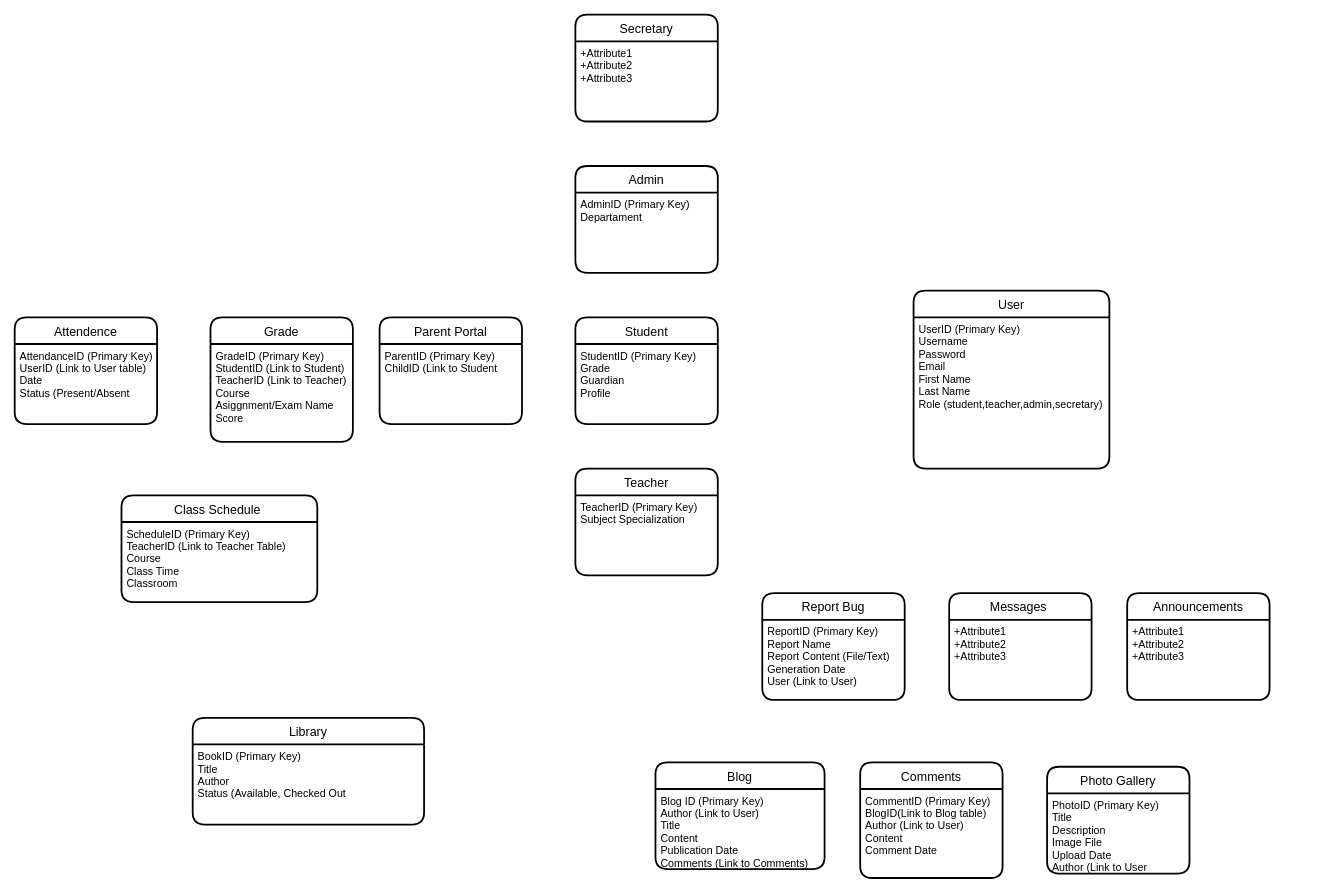
Earlier version of the draw.io diagram diagrams/SQL-database-diagram-UML.drawio (jimmyyo911/Liceul-Tehnolgoic-Electromures2). Source tidied: cells renumbered, new cells numbered last; positions are measured from the earlier drawing's top-left corner, leaving out a move shared by most shapes. Both pictures are drawn from the tidied source at 89%, with x=0, y=0 at pixel (14, 14).
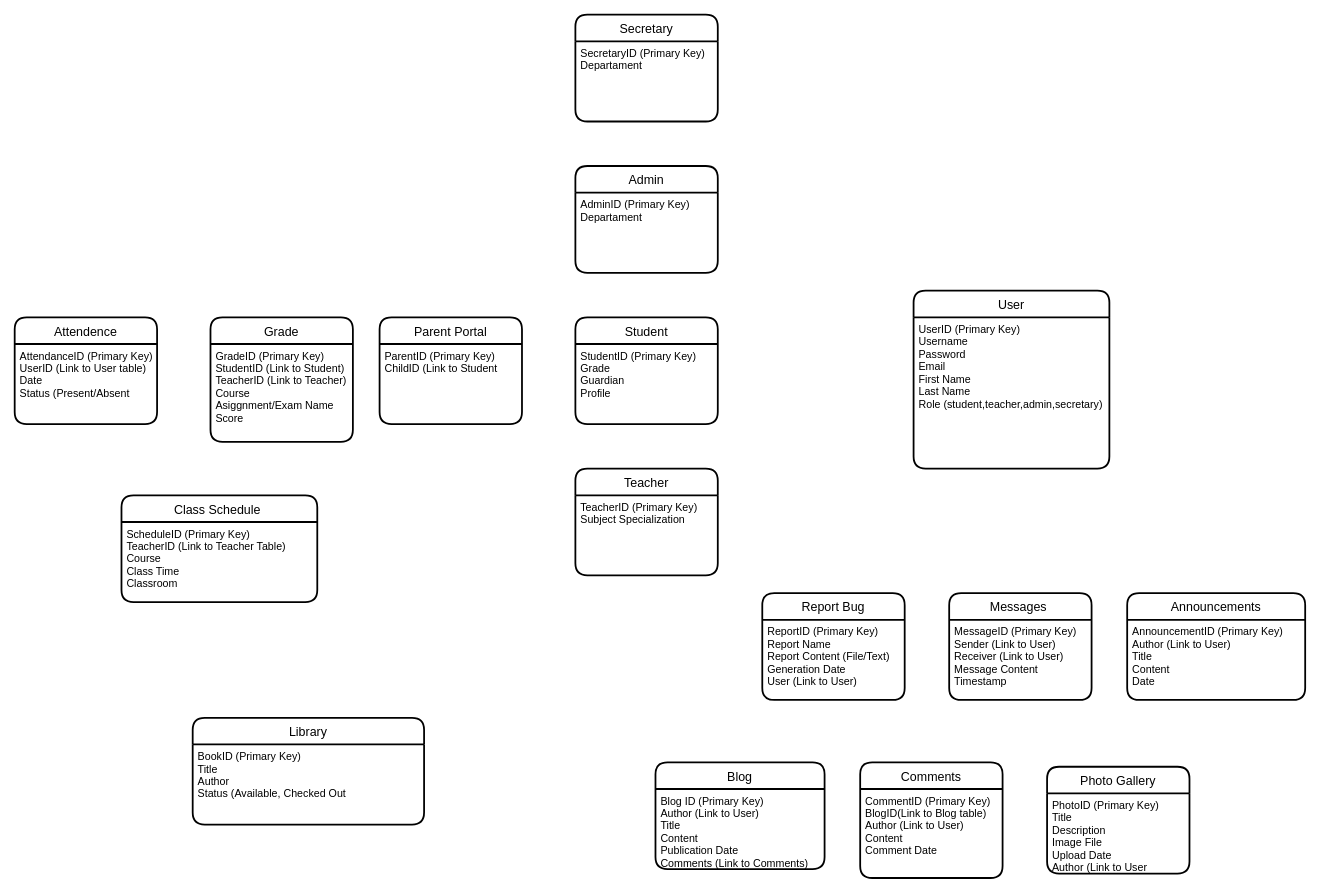
After the change.

Unchanged cells that the change refers to:
```xml
<mxCell id="10" value="Secretary" style="swimlane;horizontal=1;startSize=30;rounded=1;fontSize=14;fontStyle=0;strokeWidth=2;shadow=0;dashed=0;align=center;" parent="1" vertex="1">
  <mxGeometry x="630" width="160" height="120" as="geometry" />
</mxCell>
<mxCell id="18" value="Messages " style="swimlane;horizontal=1;startSize=30;rounded=1;fontSize=14;fontStyle=0;strokeWidth=2;shadow=0;dashed=0;align=center;" parent="1" vertex="1">
  <mxGeometry x="1050" y="650" width="160" height="120" as="geometry" />
</mxCell>
```

Change to the diagram source:
```diff
@@
-    <mxCell id="11" value="+Attribute1&#10;+Attribute2&#10;+Attribute3" style="align=left;strokeColor=none;fillColor=none;spacingLeft=4;fontSize=12;verticalAlign=top;" parent="10" vertex="1">
+    <mxCell id="11" value="SecretaryID (Primary Key)&#10;Departament " style="align=left;strokeColor=none;fillColor=none;spacingLeft=4;fontSize=12;verticalAlign=top;" parent="10" vertex="1">
       <mxGeometry y="30" width="160" height="90" as="geometry" />
     </mxCell>
@@
     <mxCell id="16" value="Announcements" style="swimlane;horizontal=1;startSize=30;rounded=1;fontSize=14;fontStyle=0;strokeWidth=2;shadow=0;dashed=0;align=center;" parent="1" vertex="1">
-      <mxGeometry x="1250" y="650" width="160" height="120" as="geometry" />
+      <mxGeometry x="1250" y="650" width="200" height="120" as="geometry" />
     </mxCell>
-    <mxCell id="17" value="+Attribute1&#10;+Attribute2&#10;+Attribute3" style="align=left;strokeColor=none;fillColor=none;spacingLeft=4;fontSize=12;verticalAlign=top;" parent="16" vertex="1">
-      <mxGeometry y="30" width="160" height="90" as="geometry" />
+    <mxCell id="17" value="AnnouncementID (Primary Key)&#10;Author (Link to User)&#10;Title&#10;Content&#10;Date" style="align=left;strokeColor=none;fillColor=none;spacingLeft=4;fontSize=12;verticalAlign=top;" parent="16" vertex="1">
+      <mxGeometry y="30" width="200" height="90" as="geometry" />
     </mxCell>
@@
-    <mxCell id="19" value="+Attribute1&#10;+Attribute2&#10;+Attribute3" style="align=left;strokeColor=none;fillColor=none;spacingLeft=4;fontSize=12;verticalAlign=top;" parent="18" vertex="1">
+    <mxCell id="19" value="MessageID (Primary Key)&#10;Sender (Link to User)&#10;Receiver (Link to User)&#10;Message Content&#10;Timestamp" style="align=left;strokeColor=none;fillColor=none;spacingLeft=4;fontSize=12;verticalAlign=top;" parent="18" vertex="1">
       <mxGeometry y="30" width="160" height="90" as="geometry" />
     </mxCell>
```
